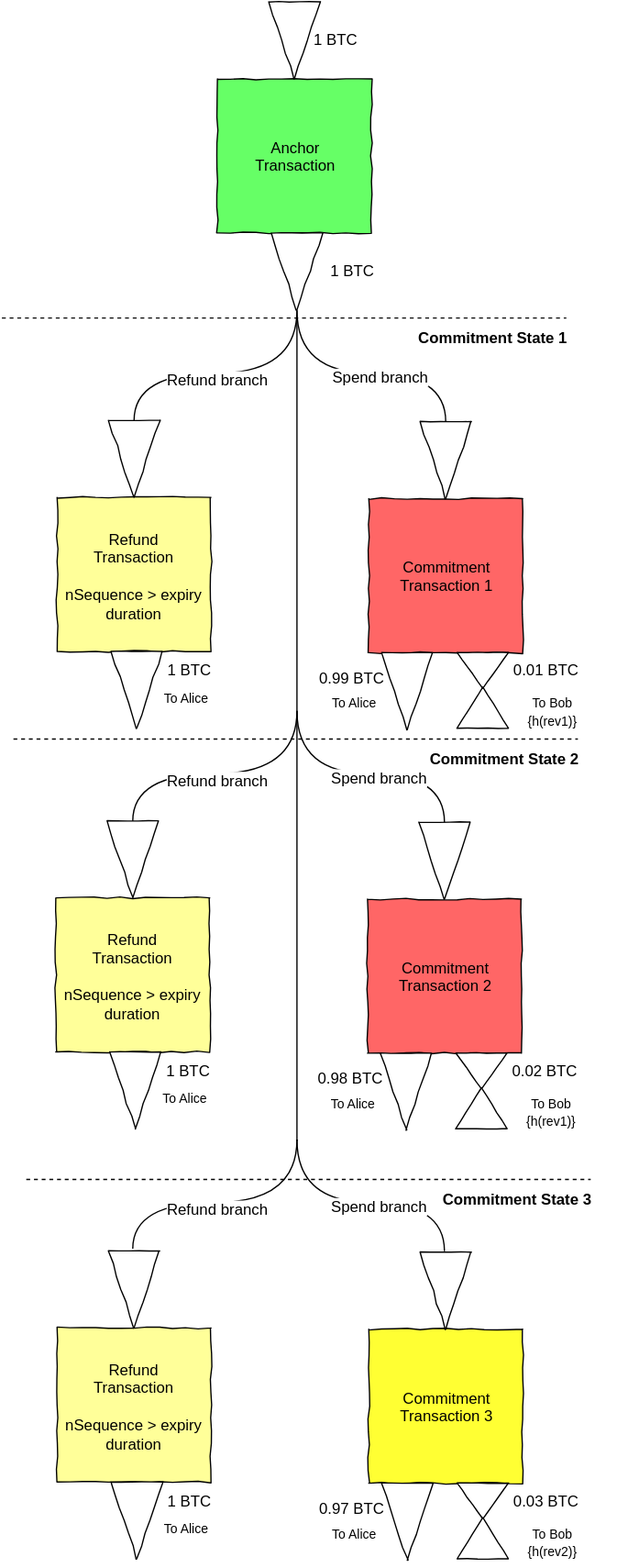
Before: two-way-channel3.svg, a diagram exported from draw.io (PayChan/bitcoin-payment-channels-taxonomy). Source tidied: cells renumbered, new cells last; positions are measured from the earlier drawing's top-left corner, leaving out a move shared by most shapes.
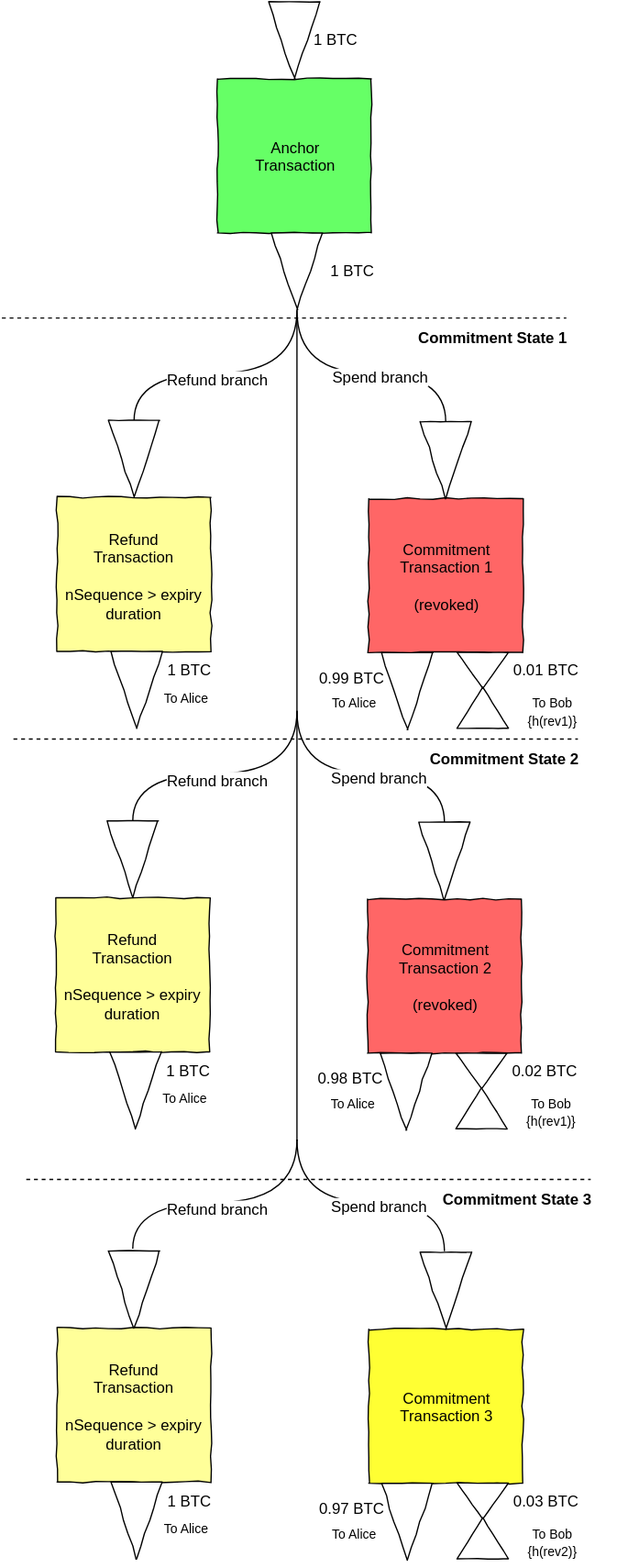
Later version of the same file.

Commit message:
Add everlasting channel diagram

What changed in the source:
```diff
@@ -62,7 +62,7 @@
     <mxCell id="15" style="triangle;whiteSpace=wrap;html=1;comic=1;rotation=90;" parent="1" vertex="1">
       <mxGeometry x="75" y="505.7" width="60" height="40" as="geometry" />
     </mxCell>
-    <mxCell id="16" value="Commitment&lt;div&gt;Transaction 1&lt;/div&gt;" style="whiteSpace=wrap;html=1;comic=1;fillColor=#FF6666;" parent="1" vertex="1">
+    <mxCell id="16" value="Commitment&lt;div&gt;Transaction 1&lt;/div&gt;&lt;div&gt;&lt;br&gt;&lt;/div&gt;&lt;div&gt;&lt;span&gt;(revoked)&lt;/span&gt;&lt;br&gt;&lt;/div&gt;" style="whiteSpace=wrap;html=1;comic=1;fillColor=#FF6666;" parent="1" vertex="1">
       <mxGeometry x="286" y="376.7" width="120" height="120" as="geometry" />
     </mxCell>
     <mxCell id="17" style="triangle;whiteSpace=wrap;html=1;comic=1;rotation=90;" parent="1" vertex="1">
@@ -172,7 +172,7 @@
     <mxCell id="44" style="triangle;whiteSpace=wrap;html=1;comic=1;rotation=90;" parent="1" vertex="1">
       <mxGeometry x="74" y="817.7" width="60" height="40" as="geometry" />
     </mxCell>
-    <mxCell id="45" value="Commitment&lt;div&gt;Transaction 2&lt;/div&gt;" style="whiteSpace=wrap;html=1;comic=1;fillColor=#FF6666;" parent="1" vertex="1">
+    <mxCell id="45" value="Commitment&lt;div&gt;Transaction 2&lt;/div&gt;&lt;div&gt;&lt;br&gt;&lt;/div&gt;&lt;div&gt;&lt;span&gt;(revoked)&lt;/span&gt;&lt;br&gt;&lt;/div&gt;" style="whiteSpace=wrap;html=1;comic=1;fillColor=#FF6666;" parent="1" vertex="1">
       <mxGeometry x="285" y="688.7" width="120" height="120" as="geometry" />
     </mxCell>
     <mxCell id="46" style="triangle;whiteSpace=wrap;html=1;comic=1;rotation=90;" parent="1" vertex="1">
```
